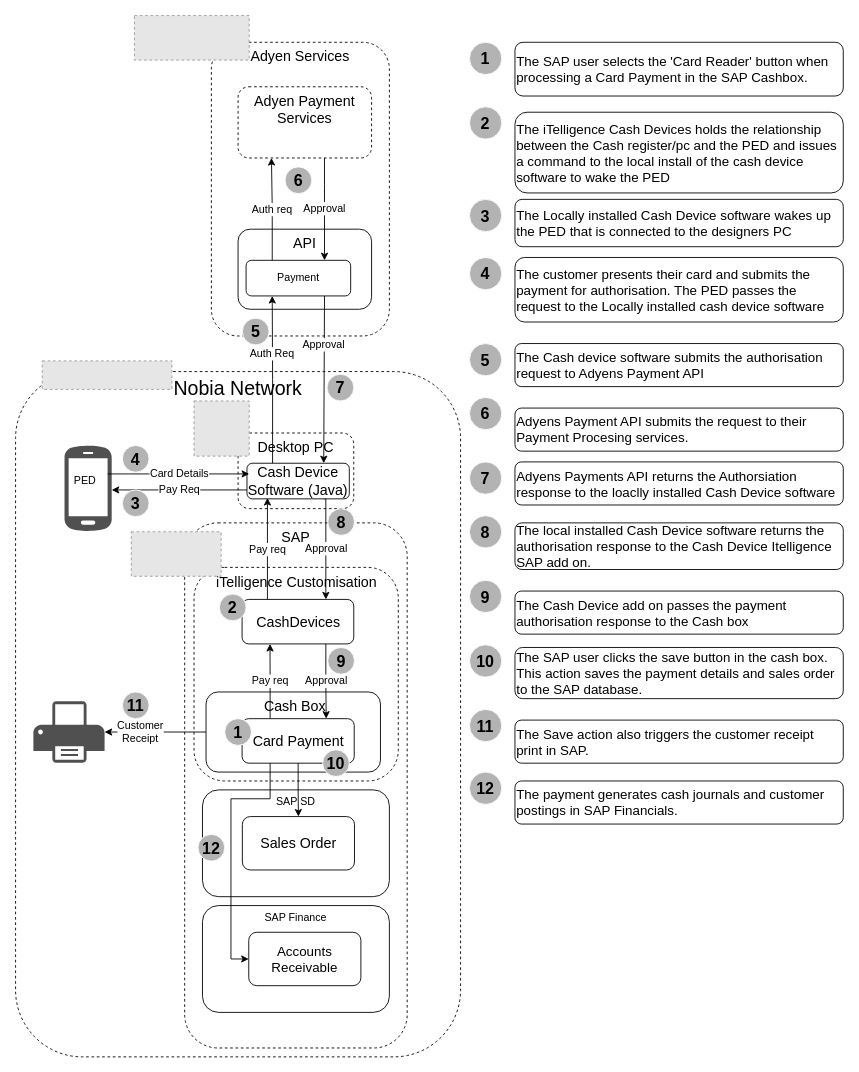
The draw.io diagram page "Card- PED" (1 of 8) of Adyen Details.drawio in mrf742002/Diagrams, before the edit. Source tidied: cells renumbered, new cells numbered last; positions are measured from the earlier drawing's top-left corner, leaving out a move shared by most shapes. Both pictures are drawn from the tidied source at 89%, with x=0, y=0 at pixel (15, 15). Pictures stored in the file or linked from it are replaced by grey dashed boxes.
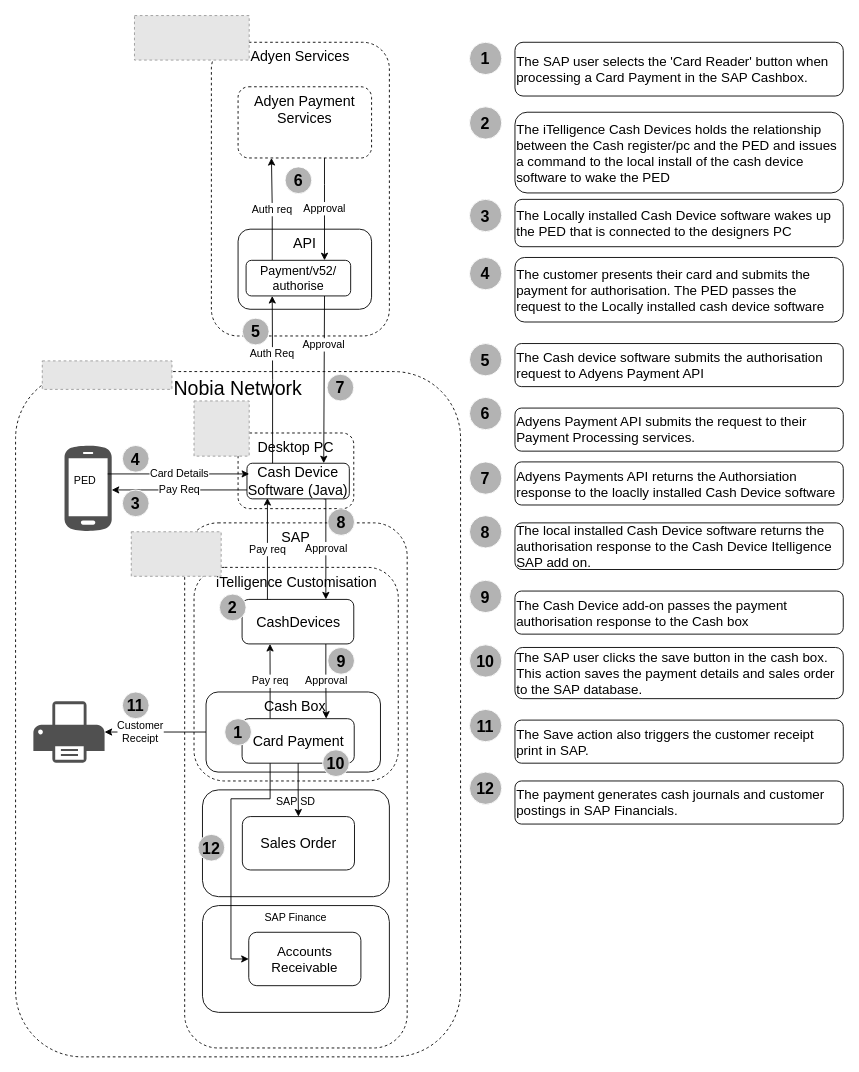
After the change.

Change to the diagram source:
```diff
@@
-    <mxCell id="29" value="&lt;font style=&quot;font-size: 12px&quot;&gt;Payment&lt;/font&gt;" style="rounded=1;whiteSpace=wrap;html=1;" parent="1" vertex="1">
+    <mxCell id="29" value="&lt;span style=&quot;font-family: &amp;#34;fakt&amp;#34; , sans-serif , &amp;#34;helvetica&amp;#34; , &amp;#34;arial&amp;#34; ; font-size: 14px&quot;&gt;Payment/v52/&lt;br&gt;authorise&lt;/span&gt;" style="rounded=1;whiteSpace=wrap;html=1;" parent="1" vertex="1">
       <mxGeometry x="259" y="275" width="117.5" height="40" as="geometry" />
     </mxCell>
@@
-    <mxCell id="64" value="Adyens Payment API submits the request to their Payment Procesing services." style="rounded=1;whiteSpace=wrap;html=1;align=left;fontSize=15;" parent="1" vertex="1">
+    <mxCell id="64" value="Adyens Payment API submits the request to their Payment Processing services." style="rounded=1;whiteSpace=wrap;html=1;align=left;fontSize=15;" parent="1" vertex="1">
       <mxGeometry x="561.1" y="441" width="368.9" height="48.4" as="geometry" />
     </mxCell>
@@
-    <mxCell id="68" value="The Cash Device add on passes the payment authorisation response to the Cash box" style="rounded=1;whiteSpace=wrap;html=1;align=left;fontSize=15;" parent="1" vertex="1">
+    <mxCell id="68" value="The Cash Device add-on passes the payment authorisation response to the Cash box" style="rounded=1;whiteSpace=wrap;html=1;align=left;fontSize=15;" parent="1" vertex="1">
       <mxGeometry x="561.1" y="646.6" width="368.9" height="48.4" as="geometry" />
     </mxCell>
```
